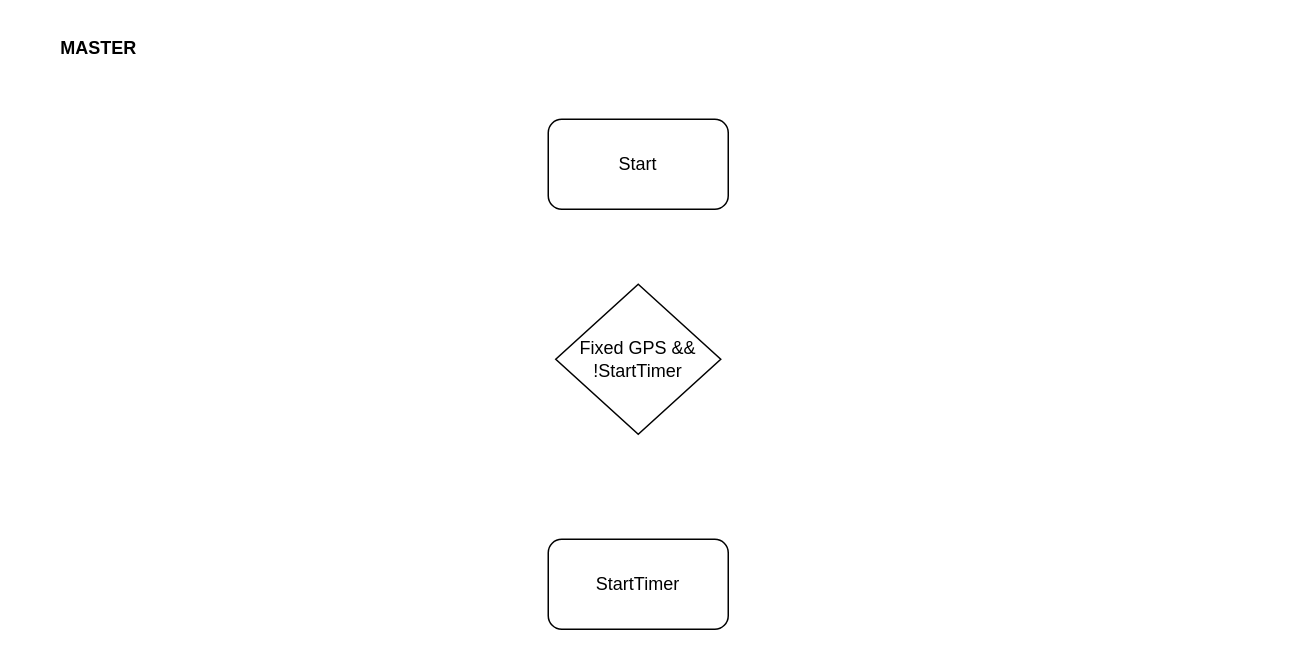
Above: Flow_Chart.drawio in Kyuubi0323/Wireless_Sensor_Network_20231 (draw.io), before the change. Source tidied: cells renumbered, new cells numbered last; positions are measured from the earlier drawing's top-left corner, leaving out a move shared by most shapes. Both pictures are drawn from the tidied source at 150%, with x=0, y=0 at pixel (45, 26).
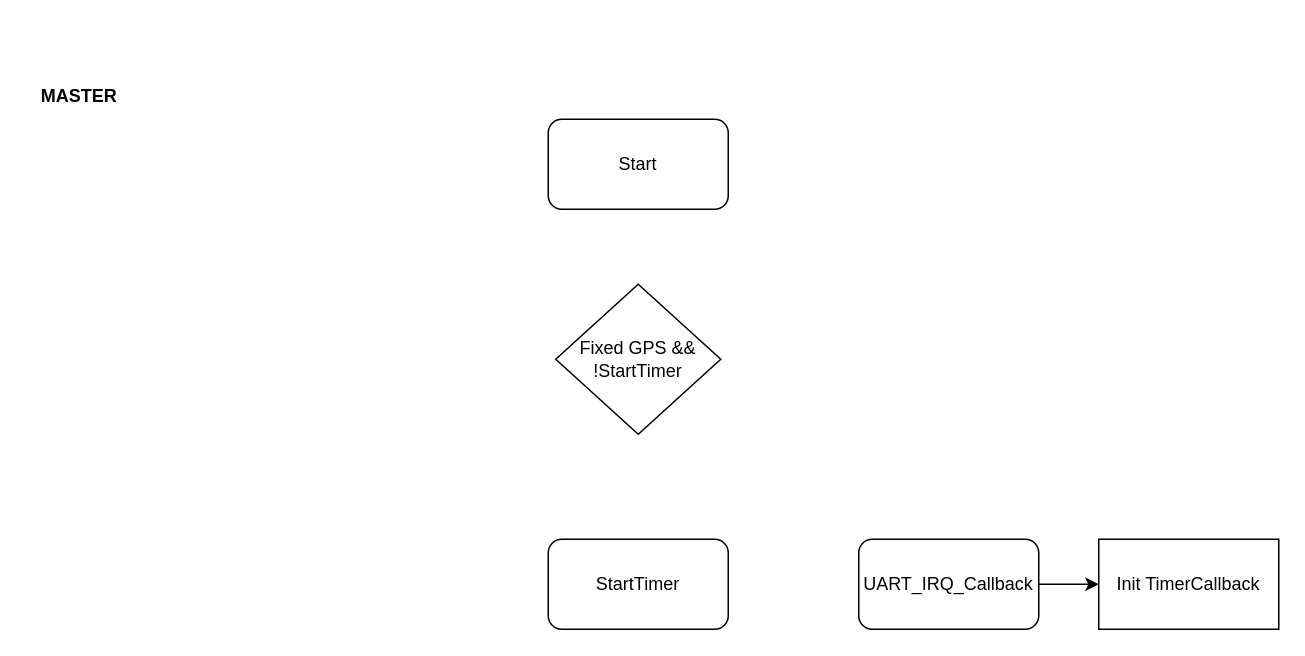
The same page after the edit.

Diff of the diagram source:
```diff
@@
 <mxGraphModel>
   <root>
     <mxCell id="0" />
     <mxCell id="1" parent="0" />
     <mxCell id="2" value="Start" style="rounded=1;whiteSpace=wrap;html=1;absoluteArcSize=0;" parent="1" vertex="1">
       <mxGeometry x="335" y="62" width="120" height="60" as="geometry" />
     </mxCell>
     <mxCell id="3" value="StartTimer" style="rounded=1;whiteSpace=wrap;html=1;" parent="1" vertex="1">
       <mxGeometry x="335" y="342" width="120" height="60" as="geometry" />
     </mxCell>
     <mxCell id="4" value="&lt;b&gt;MASTER&lt;/b&gt;" style="text;html=1;align=center;verticalAlign=middle;strokeColor=none;fillColor=none;strokeWidth=2;" parent="1" vertex="1">
-      <mxGeometry width="70" height="30" as="geometry" />
+      <mxGeometry x="-13" y="32" width="70" height="30" as="geometry" />
     </mxCell>
     <mxCell id="5" value="Fixed GPS &amp;amp;&amp;amp; !StartTimer" style="rhombus;whiteSpace=wrap;html=1;" parent="1" vertex="1">
       <mxGeometry x="340" y="172" width="110" height="100" as="geometry" />
     </mxCell>
+    <mxCell id="6" value="UART_IRQ_Callback" style="rounded=1;whiteSpace=wrap;html=1;" parent="1" vertex="1">
+      <mxGeometry x="542" y="342" width="120" height="60" as="geometry" />
+    </mxCell>
+    <mxCell id="7" value="Init TimerCallback&lt;br&gt;" style="whiteSpace=wrap;html=1;" parent="1" vertex="1">
+      <mxGeometry x="702" y="342" width="120" height="60" as="geometry" />
+    </mxCell>
+    <mxCell id="8" style="edgeStyle=none;jettySize=auto;html=1;rounded=0;exitX=1;exitY=0.5;exitDx=0;exitDy=0;entryX=0;entryY=0.5;entryDx=0;entryDy=0;" parent="1" edge="1" source="6" target="7">
+      <mxGeometry relative="1" as="geometry" />
+    </mxCell>
   </root>
 </mxGraphModel>
```
